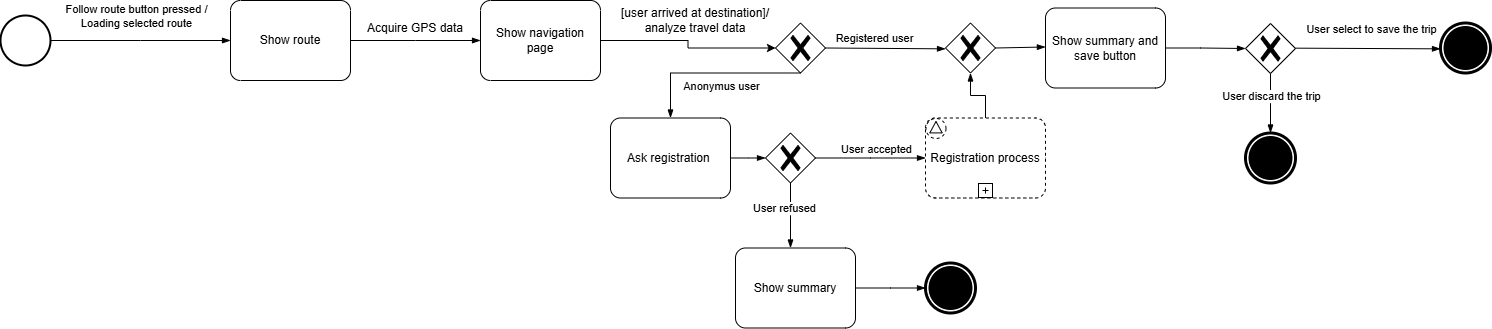
Above: RASD/LaTeXCode/images/StateDiagrams/Navigation.drawio.png in jacopobellosi/Bellosi-Montanelli-Tempobono (draw.io), before the change. Source tidied: cells renumbered, new cells last; positions are measured from the earlier drawing's top-left corner, leaving out a move shared by most shapes.
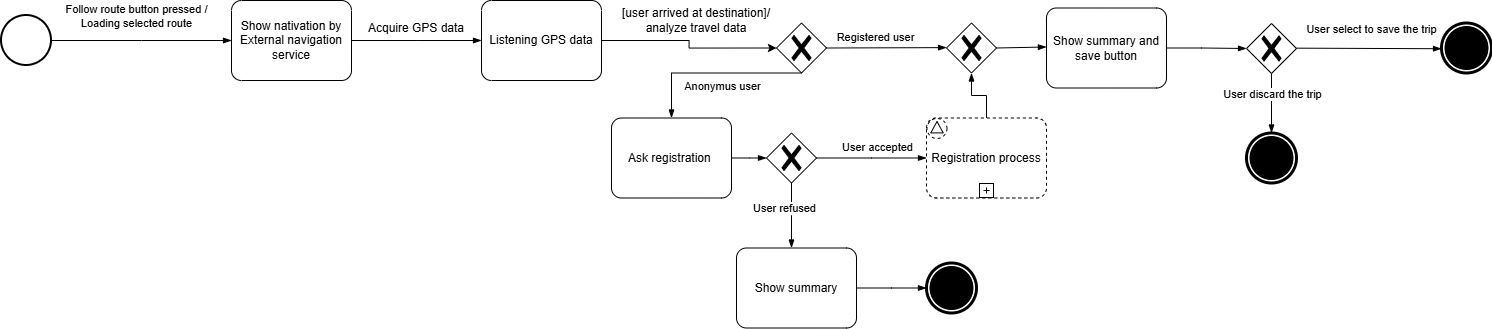
The same diagram one commit later.

Change to the diagram source:
```diff
@@ -13,10 +13,10 @@
         <mxPoint x="38" y="-32" as="offset" />
       </mxGeometry>
     </mxCell>
-    <mxCell id="5" value="Show route" style="points=[[0.25,0,0],[0.5,0,0],[0.75,0,0],[1,0.25,0],[1,0.5,0],[1,0.75,0],[0.75,1,0],[0.5,1,0],[0.25,1,0],[0,0.75,0],[0,0.5,0],[0,0.25,0]];shape=mxgraph.bpmn.task2;whiteSpace=wrap;rectStyle=rounded;size=10;html=1;taskMarker=abstract;" parent="1" vertex="1">
+    <mxCell id="5" value="Show nativation by External navigation service" style="points=[[0.25,0,0],[0.5,0,0],[0.75,0,0],[1,0.25,0],[1,0.5,0],[1,0.75,0],[0.75,1,0],[0.5,1,0],[0.25,1,0],[0,0.75,0],[0,0.5,0],[0,0.25,0]];shape=mxgraph.bpmn.task2;whiteSpace=wrap;rectStyle=rounded;size=10;html=1;taskMarker=abstract;" parent="1" vertex="1">
       <mxGeometry x="230" width="120" height="80" as="geometry" />
     </mxCell>
-    <mxCell id="6" value="Show navigation page" style="points=[[0.25,0,0],[0.5,0,0],[0.75,0,0],[1,0.25,0],[1,0.5,0],[1,0.75,0],[0.75,1,0],[0.5,1,0],[0.25,1,0],[0,0.75,0],[0,0.5,0],[0,0.25,0]];shape=mxgraph.bpmn.task2;whiteSpace=wrap;rectStyle=rounded;size=10;html=1;taskMarker=abstract;" parent="1" vertex="1">
+    <mxCell id="6" value="Listening GPS data" style="points=[[0.25,0,0],[0.5,0,0],[0.75,0,0],[1,0.25,0],[1,0.5,0],[1,0.75,0],[0.75,1,0],[0.5,1,0],[0.25,1,0],[0,0.75,0],[0,0.5,0],[0,0.25,0]];shape=mxgraph.bpmn.task2;whiteSpace=wrap;rectStyle=rounded;size=10;html=1;taskMarker=abstract;" parent="1" vertex="1">
       <mxGeometry x="480" width="120" height="80" as="geometry" />
     </mxCell>
     <mxCell id="7" style="points=[[0.25,0.25,0],[0.5,0,0],[0.75,0.25,0],[1,0.5,0],[0.75,0.75,0],[0.5,1,0],[0.25,0.75,0],[0,0.5,0]];shape=mxgraph.bpmn.gateway2;html=1;verticalLabelPosition=bottom;labelBackgroundColor=#ffffff;verticalAlign=top;align=center;perimeter=rhombusPerimeter;outlineConnect=0;outline=none;symbol=none;gwType=exclusive;" parent="1" vertex="1">
```
